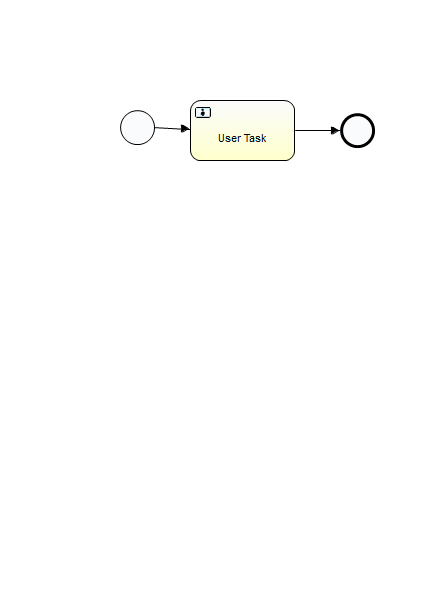
BingyanL9/activiti-spring-boot keeps this BPMN diagram as src/main/resources/processes/MyProcess.png. Above is the earlier version. Its source is kept beside it as src/main/resources/processes/MyProcess.bpmn. Ids are renumbered. Source of this version:
```xml
<definitions xmlns="http://www.omg.org/spec/BPMN/20100524/MODEL" xmlns:xsi="http://www.w3.org/2001/XMLSchema-instance" xmlns:xsd="http://www.w3.org/2001/XMLSchema" xmlns:activiti="http://activiti.org/bpmn" xmlns:bpmndi="http://www.omg.org/spec/BPMN/20100524/DI" xmlns:omgdc="http://www.omg.org/spec/DD/20100524/DC" xmlns:omgdi="http://www.omg.org/spec/DD/20100524/DI" typeLanguage="http://www.w3.org/2001/XMLSchema" expressionLanguage="http://www.w3.org/1999/XPath" targetNamespace="http://www.activiti.org/test">
  <process id="myProcess" name="My process" isExecutable="true">
    <startEvent id="startevent1" name="Start"></startEvent>
    <userTask id="usertask1" name="User Task"></userTask>
    <sequenceFlow id="flow1" sourceRef="startevent1" targetRef="usertask1"></sequenceFlow>
    <endEvent id="endevent1" name="End"></endEvent>
    <sequenceFlow id="flow2" sourceRef="usertask1" targetRef="endevent1"></sequenceFlow>
  </process>
  <bpmndi:BPMNDiagram id="BPMNDiagram_myProcess">
    <bpmndi:BPMNPlane bpmnElement="myProcess" id="BPMNPlane_myProcess">
      <bpmndi:BPMNShape bpmnElement="startevent1" id="BPMNShape_startevent1">
        <omgdc:Bounds height="35.0" width="35.0" x="120.0" y="110.0"></omgdc:Bounds>
      </bpmndi:BPMNShape>
      <bpmndi:BPMNShape bpmnElement="usertask1" id="BPMNShape_usertask1">
        <omgdc:Bounds height="61.0" width="105.0" x="190.0" y="100.0"></omgdc:Bounds>
      </bpmndi:BPMNShape>
      <bpmndi:BPMNShape bpmnElement="endevent1" id="BPMNShape_endevent1">
        <omgdc:Bounds height="35.0" width="35.0" x="340.0" y="113.0"></omgdc:Bounds>
      </bpmndi:BPMNShape>
      <bpmndi:BPMNEdge bpmnElement="flow1" id="BPMNEdge_flow1">
        <omgdi:waypoint x="155.0" y="127.0"></omgdi:waypoint>
        <omgdi:waypoint x="190.0" y="130.0"></omgdi:waypoint>
      </bpmndi:BPMNEdge>
      <bpmndi:BPMNEdge bpmnElement="flow2" id="BPMNEdge_flow2">
        <omgdi:waypoint x="295.0" y="130.0"></omgdi:waypoint>
        <omgdi:waypoint x="340.0" y="130.0"></omgdi:waypoint>
      </bpmndi:BPMNEdge>
    </bpmndi:BPMNPlane>
  </bpmndi:BPMNDiagram>
</definitions>
```
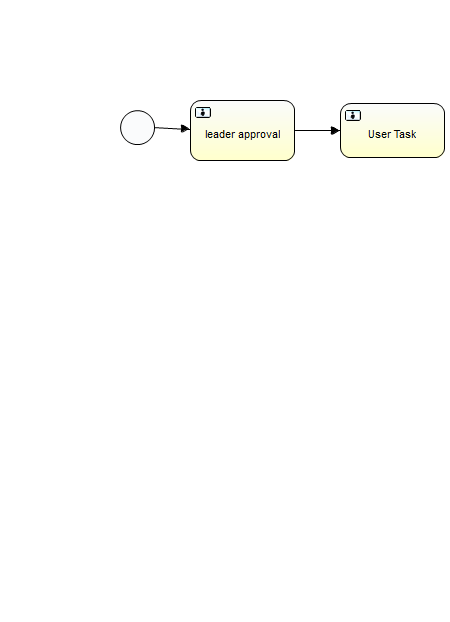
After the change.

The edit, as a diff of the source:
```diff
@@ -1,10 +1,12 @@
 <definitions xmlns="http://www.omg.org/spec/BPMN/20100524/MODEL" xmlns:xsi="http://www.w3.org/2001/XMLSchema-instance" xmlns:xsd="http://www.w3.org/2001/XMLSchema" xmlns:activiti="http://activiti.org/bpmn" xmlns:bpmndi="http://www.omg.org/spec/BPMN/20100524/DI" xmlns:omgdc="http://www.omg.org/spec/DD/20100524/DC" xmlns:omgdi="http://www.omg.org/spec/DD/20100524/DI" typeLanguage="http://www.w3.org/2001/XMLSchema" expressionLanguage="http://www.w3.org/1999/XPath" targetNamespace="http://www.activiti.org/test">
   <process id="myProcess" name="My process" isExecutable="true">
     <startEvent id="startevent1" name="Start"></startEvent>
-    <userTask id="usertask1" name="User Task"></userTask>
+    <userTask id="usertask1" name="leader approval"></userTask>
     <sequenceFlow id="flow1" sourceRef="startevent1" targetRef="usertask1"></sequenceFlow>
     <endEvent id="endevent1" name="End"></endEvent>
     <sequenceFlow id="flow2" sourceRef="usertask1" targetRef="endevent1"></sequenceFlow>
+    <userTask id="usertask2" name="User Task"></userTask>
+    <sequenceFlow id="flow3" sourceRef="usertask1" targetRef="usertask2"></sequenceFlow>
   </process>
   <bpmndi:BPMNDiagram id="BPMNDiagram_myProcess">
     <bpmndi:BPMNPlane bpmnElement="myProcess" id="BPMNPlane_myProcess">
@@ -17,6 +19,9 @@
       <bpmndi:BPMNShape bpmnElement="endevent1" id="BPMNShape_endevent1">
         <omgdc:Bounds height="35.0" width="35.0" x="340.0" y="113.0"></omgdc:Bounds>
       </bpmndi:BPMNShape>
+      <bpmndi:BPMNShape bpmnElement="usertask2" id="BPMNShape_usertask2">
+        <omgdc:Bounds height="55.0" width="105.0" x="340.0" y="103.0"></omgdc:Bounds>
+      </bpmndi:BPMNShape>
       <bpmndi:BPMNEdge bpmnElement="flow1" id="BPMNEdge_flow1">
         <omgdi:waypoint x="155.0" y="127.0"></omgdi:waypoint>
         <omgdi:waypoint x="190.0" y="130.0"></omgdi:waypoint>
@@ -25,6 +30,10 @@
         <omgdi:waypoint x="295.0" y="130.0"></omgdi:waypoint>
         <omgdi:waypoint x="340.0" y="130.0"></omgdi:waypoint>
       </bpmndi:BPMNEdge>
+      <bpmndi:BPMNEdge bpmnElement="flow3" id="BPMNEdge_flow3">
+        <omgdi:waypoint x="295.0" y="130.0"></omgdi:waypoint>
+        <omgdi:waypoint x="340.0" y="130.0"></omgdi:waypoint>
+      </bpmndi:BPMNEdge>
     </bpmndi:BPMNPlane>
   </bpmndi:BPMNDiagram>
 </definitions>
```
